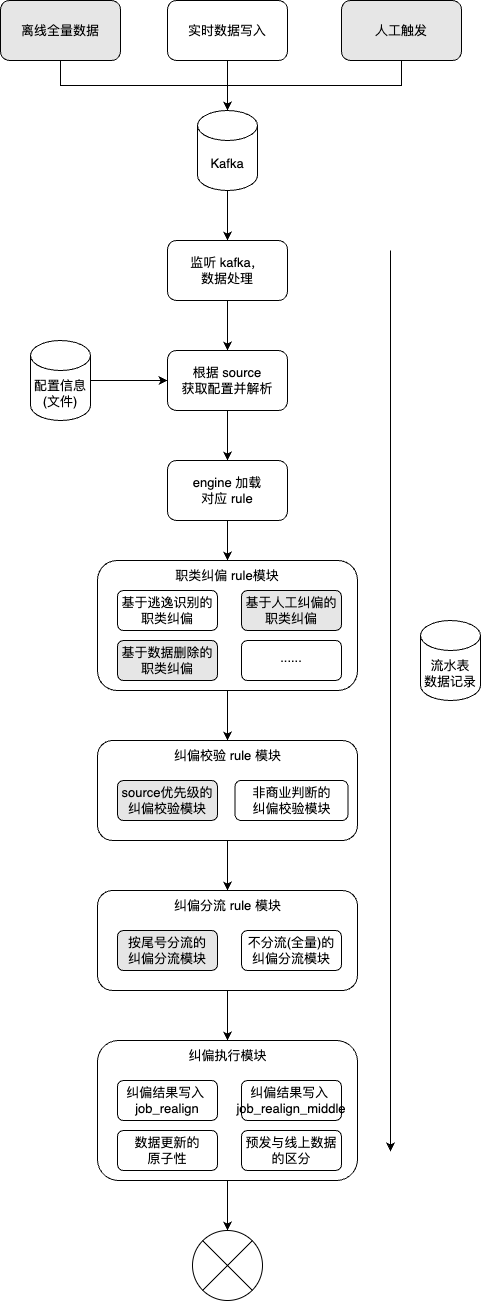
liujunao/draw-data keeps this draw.io diagram as work-draw-file/职类纠偏之开发结果汇报.png. Above is the earlier version. Source tidied: cells renumbered, new cells last; positions are measured from the earlier drawing's top-left corner, leaving out a move shared by most shapes.
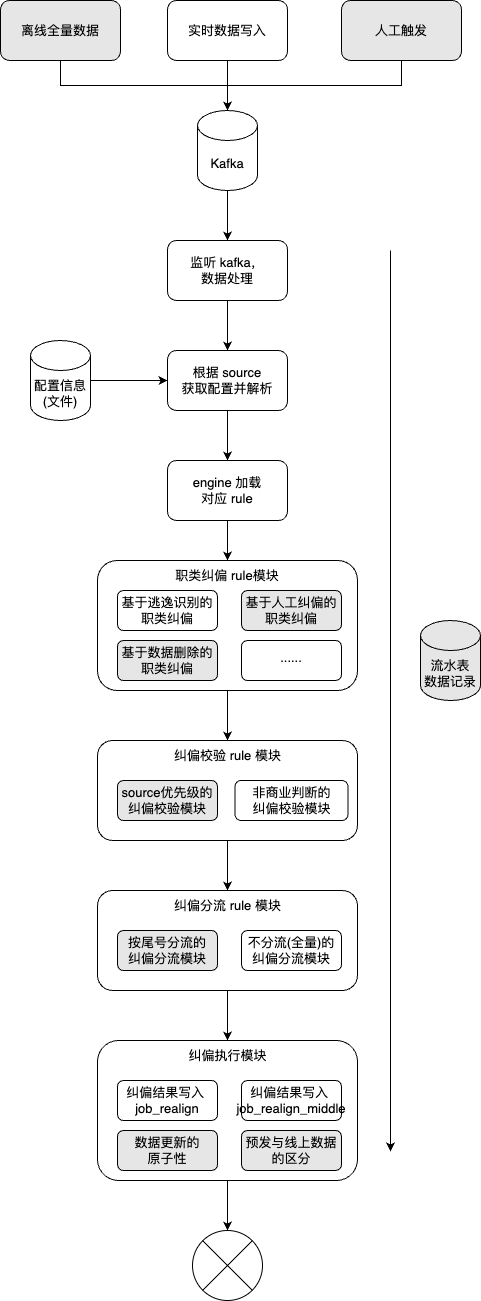
After the change.

Commit message:
更新职类纠偏之开发结果汇报.png

What changed in the source:
```diff
@@ -101,10 +101,10 @@
     <mxCell id="34" value="纠偏分流 rule 模块" style="text;html=1;strokeColor=none;fillColor=none;align=center;verticalAlign=middle;whiteSpace=wrap;rounded=0;" parent="1" vertex="1">
       <mxGeometry x="170.5" y="890" width="113" height="30" as="geometry" />
     </mxCell>
-    <mxCell id="35" value="数据更新的&lt;br&gt;原子性" style="rounded=1;whiteSpace=wrap;html=1;" parent="1" vertex="1">
+    <mxCell id="35" value="数据更新的&lt;br&gt;原子性" style="rounded=1;whiteSpace=wrap;html=1;fillColor=#E6E6E6;" parent="1" vertex="1">
       <mxGeometry x="117" y="1130" width="100" height="40" as="geometry" />
     </mxCell>
-    <mxCell id="36" value="预发与线上数据的区分" style="rounded=1;whiteSpace=wrap;html=1;" parent="1" vertex="1">
+    <mxCell id="36" value="预发与线上数据的区分" style="rounded=1;whiteSpace=wrap;html=1;fillColor=#E6E6E6;" parent="1" vertex="1">
       <mxGeometry x="241" y="1130" width="100" height="40" as="geometry" />
     </mxCell>
     <mxCell id="37" value="纠偏执行模块" style="text;html=1;strokeColor=none;fillColor=none;align=center;verticalAlign=middle;whiteSpace=wrap;rounded=0;" parent="1" vertex="1">
@@ -119,7 +119,7 @@
         <mxPoint x="390" y="1150.9" as="targetPoint" />
       </mxGeometry>
     </mxCell>
-    <mxCell id="40" value="流水表&lt;br&gt;数据记录" style="shape=cylinder3;whiteSpace=wrap;html=1;boundedLbl=1;backgroundOutline=1;size=15;" parent="1" vertex="1">
+    <mxCell id="40" value="流水表&lt;br&gt;数据记录" style="shape=cylinder3;whiteSpace=wrap;html=1;boundedLbl=1;backgroundOutline=1;size=15;fillColor=#E6E6E6;" parent="1" vertex="1">
       <mxGeometry x="420" y="620" width="60" height="80" as="geometry" />
     </mxCell>
     <mxCell id="41" style="edgeStyle=orthogonalEdgeStyle;rounded=0;jettySize=auto;html=1;exitX=0.5;exitY=1;exitDx=0;exitDy=0;entryX=0.5;entryY=0;entryDx=0;entryDy=0;entryPerimeter=0;" parent="1" edge="1" source="42" target="15">
```
